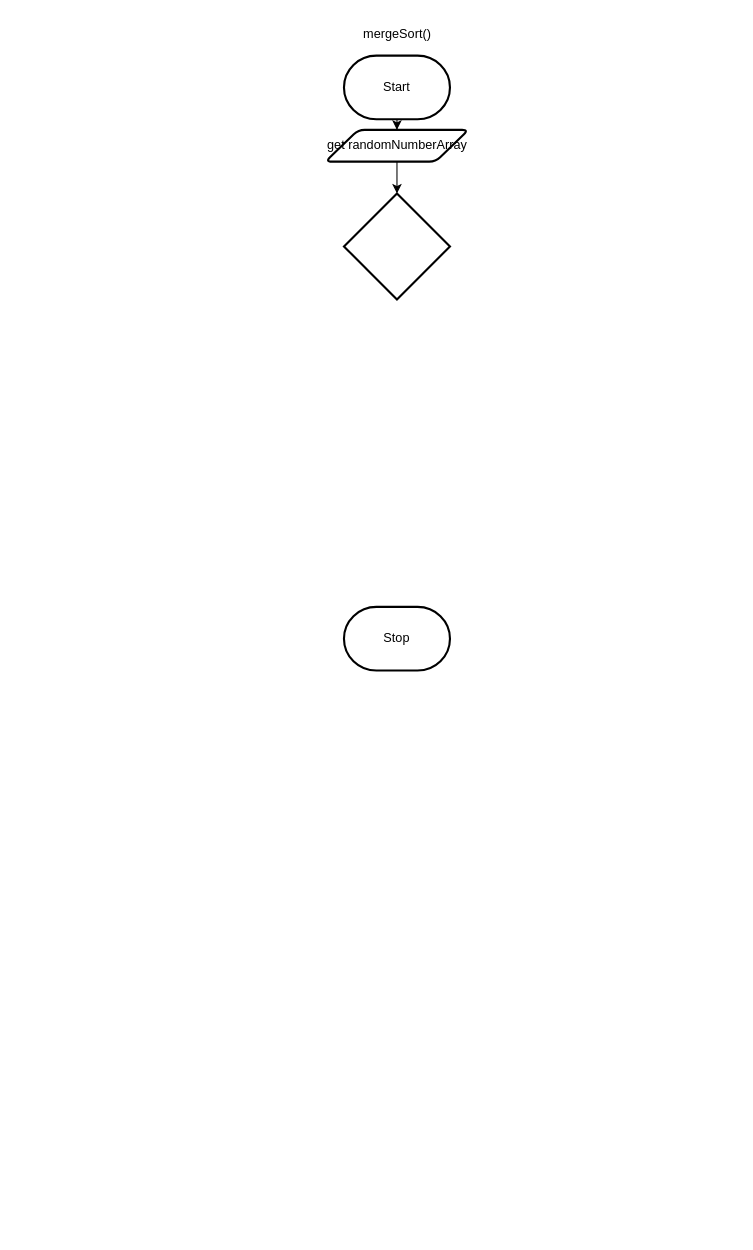
This is 3-6/design/flowchart.drawio from jakub-malhotra/ICS4U-Unit-3, a draw.io file, before an edit. Source tidied: cells renumbered, new cells numbered last; positions are measured from the earlier drawing's top-left corner, leaving out a move shared by most shapes. Both pictures are drawn from the tidied source at 106%, with x=0, y=0 at pixel (324, 18).
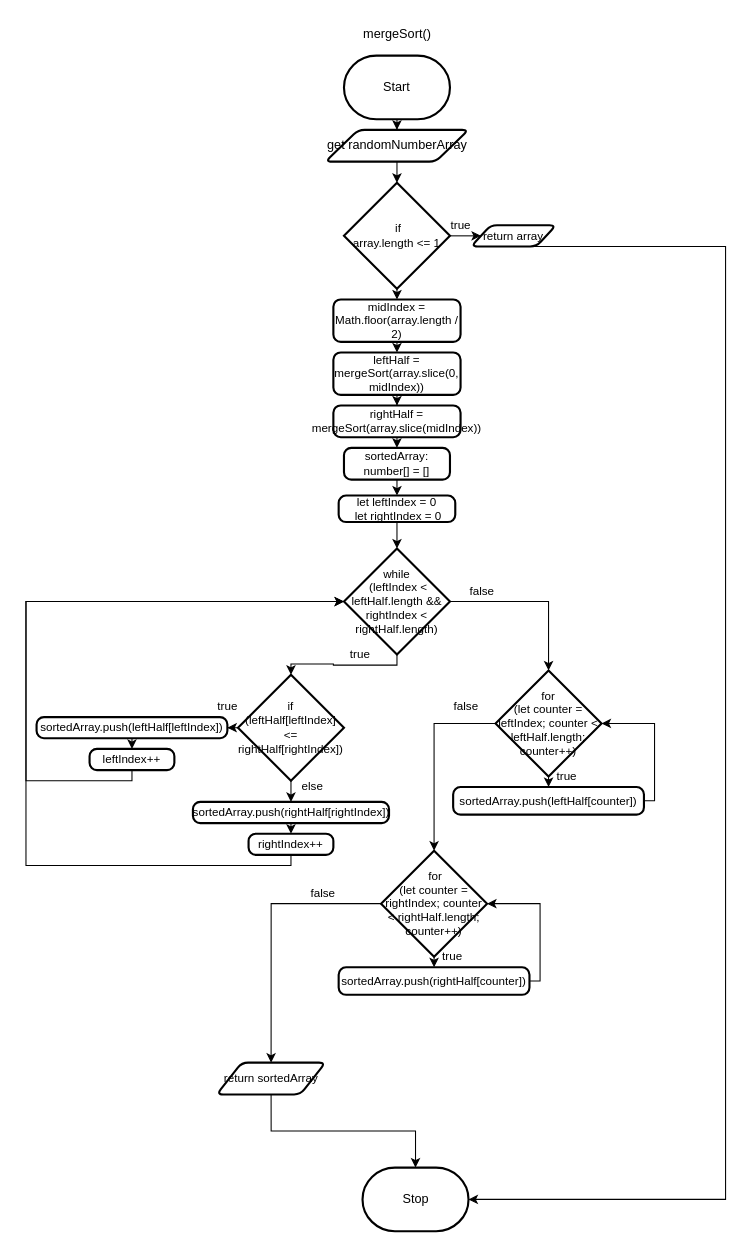
Above is the later version.

Diff of the diagram source:
```diff
@@
     <mxCell id="4" value="Stop" style="strokeWidth=2;html=1;shape=mxgraph.flowchart.terminator;whiteSpace=wrap;" parent="1" vertex="1">
-      <mxGeometry x="18" y="555" width="100" height="60" as="geometry" />
+      <mxGeometry x="35.5" y="1084" width="100" height="60" as="geometry" />
     </mxCell>
@@
+    <mxCell id="9" style="edgeStyle=orthogonalEdgeStyle;shape=connector;rounded=0;html=1;exitX=1;exitY=0.5;exitDx=0;exitDy=0;exitPerimeter=0;entryX=0;entryY=0.5;entryDx=0;entryDy=0;labelBackgroundColor=default;strokeColor=default;fontFamily=Helvetica;fontSize=11;fontColor=default;endArrow=classic;" parent="1" edge="1" source="8" target="12">
+      <mxGeometry relative="1" as="geometry" />
+    </mxCell>
+    <mxCell id="10" style="edgeStyle=orthogonalEdgeStyle;shape=connector;rounded=0;html=1;exitX=0.5;exitY=1;exitDx=0;exitDy=0;exitPerimeter=0;entryX=0.5;entryY=0;entryDx=0;entryDy=0;labelBackgroundColor=default;strokeColor=default;fontFamily=Helvetica;fontSize=11;fontColor=default;endArrow=classic;" parent="1" edge="1" source="8" target="15">
+      <mxGeometry relative="1" as="geometry" />
+    </mxCell>
-    <mxCell id="8" style="strokeWidth=2;html=1;shape=mxgraph.flowchart.decision;whiteSpace=wrap;fontFamily=Helvetica;fontSize=11;fontColor=default;" parent="1" vertex="1">
-      <mxGeometry x="18" y="165" width="100" height="100" as="geometry" />
+    <mxCell id="8" value="&amp;nbsp;if &lt;br&gt;array.length &amp;lt;= 1" style="strokeWidth=2;html=1;shape=mxgraph.flowchart.decision;whiteSpace=wrap;fontFamily=Helvetica;fontSize=11;fontColor=default;" parent="1" vertex="1">
+      <mxGeometry x="18" y="155" width="100" height="100" as="geometry" />
     </mxCell>
+    <mxCell id="11" style="edgeStyle=orthogonalEdgeStyle;shape=connector;rounded=0;html=1;exitX=0.5;exitY=1;exitDx=0;exitDy=0;entryX=1;entryY=0.5;entryDx=0;entryDy=0;entryPerimeter=0;labelBackgroundColor=default;strokeColor=default;fontFamily=Helvetica;fontSize=11;fontColor=default;endArrow=classic;" parent="1" edge="1" source="12" target="4">
+      <mxGeometry relative="1" as="geometry">
+        <Array as="points">
+          <mxPoint x="378" y="215" />
+          <mxPoint x="378" y="1114" />
+        </Array>
+      </mxGeometry>
+    </mxCell>
+    <mxCell id="12" value="return array" style="shape=parallelogram;html=1;strokeWidth=2;perimeter=parallelogramPerimeter;whiteSpace=wrap;rounded=1;arcSize=12;size=0.23;fontFamily=Helvetica;fontSize=11;fontColor=default;" parent="1" vertex="1">
+      <mxGeometry x="138" y="195" width="80" height="20" as="geometry" />
+    </mxCell>
+    <mxCell id="13" value="true" style="text;html=1;align=center;verticalAlign=middle;strokeColor=none;fillColor=none;fontSize=11;fontFamily=Helvetica;fontColor=default;" parent="1" vertex="1">
+      <mxGeometry x="108" y="180" width="40" height="30" as="geometry" />
+    </mxCell>
+    <mxCell id="14" style="edgeStyle=orthogonalEdgeStyle;shape=connector;rounded=0;html=1;exitX=0.5;exitY=1;exitDx=0;exitDy=0;entryX=0.5;entryY=0;entryDx=0;entryDy=0;labelBackgroundColor=default;strokeColor=default;fontFamily=Helvetica;fontSize=11;fontColor=default;endArrow=classic;" parent="1" edge="1" source="15" target="17">
+      <mxGeometry relative="1" as="geometry" />
+    </mxCell>
+    <mxCell id="15" value="midIndex = Math.floor(array.length / 2)" style="rounded=1;whiteSpace=wrap;html=1;absoluteArcSize=1;arcSize=14;strokeWidth=2;fontFamily=Helvetica;fontSize=11;fontColor=default;" parent="1" vertex="1">
+      <mxGeometry x="8" y="265" width="120" height="40" as="geometry" />
+    </mxCell>
+    <mxCell id="16" style="edgeStyle=orthogonalEdgeStyle;shape=connector;rounded=0;html=1;exitX=0.5;exitY=1;exitDx=0;exitDy=0;labelBackgroundColor=default;strokeColor=default;fontFamily=Helvetica;fontSize=11;fontColor=default;endArrow=classic;" parent="1" edge="1" source="17" target="19">
+      <mxGeometry relative="1" as="geometry" />
+    </mxCell>
+    <mxCell id="17" value="leftHalf = mergeSort(array.slice(0, midIndex))" style="rounded=1;whiteSpace=wrap;html=1;absoluteArcSize=1;arcSize=14;strokeWidth=2;fontFamily=Helvetica;fontSize=11;fontColor=default;" parent="1" vertex="1">
+      <mxGeometry x="8" y="315" width="120" height="40" as="geometry" />
+    </mxCell>
+    <mxCell id="18" style="edgeStyle=orthogonalEdgeStyle;shape=connector;rounded=0;html=1;exitX=0.5;exitY=1;exitDx=0;exitDy=0;entryX=0.5;entryY=0;entryDx=0;entryDy=0;labelBackgroundColor=default;strokeColor=default;fontFamily=Helvetica;fontSize=11;fontColor=default;endArrow=classic;" parent="1" edge="1" source="19" target="21">
+      <mxGeometry relative="1" as="geometry" />
+    </mxCell>
+    <mxCell id="19" value="rightHalf = mergeSort(array.slice(midIndex))" style="rounded=1;whiteSpace=wrap;html=1;absoluteArcSize=1;arcSize=14;strokeWidth=2;fontFamily=Helvetica;fontSize=11;fontColor=default;" parent="1" vertex="1">
+      <mxGeometry x="8" y="365" width="120" height="30" as="geometry" />
+    </mxCell>
+    <mxCell id="20" style="edgeStyle=orthogonalEdgeStyle;shape=connector;rounded=0;html=1;exitX=0.5;exitY=1;exitDx=0;exitDy=0;entryX=0.5;entryY=0;entryDx=0;entryDy=0;labelBackgroundColor=default;strokeColor=default;fontFamily=Helvetica;fontSize=11;fontColor=default;endArrow=classic;" parent="1" edge="1" source="21" target="23">
+      <mxGeometry relative="1" as="geometry" />
+    </mxCell>
+    <mxCell id="21" value="sortedArray: number[] = []" style="rounded=1;whiteSpace=wrap;html=1;absoluteArcSize=1;arcSize=14;strokeWidth=2;fontFamily=Helvetica;fontSize=11;fontColor=default;" parent="1" vertex="1">
+      <mxGeometry x="18" y="405" width="100" height="30" as="geometry" />
+    </mxCell>
+    <mxCell id="22" style="edgeStyle=orthogonalEdgeStyle;shape=connector;rounded=0;html=1;exitX=0.5;exitY=1;exitDx=0;exitDy=0;entryX=0.5;entryY=0;entryDx=0;entryDy=0;entryPerimeter=0;labelBackgroundColor=default;strokeColor=default;fontFamily=Helvetica;fontSize=11;fontColor=default;endArrow=classic;" parent="1" edge="1" source="23" target="26">
+      <mxGeometry relative="1" as="geometry" />
+    </mxCell>
+    <mxCell id="23" value="&lt;div&gt;let leftIndex = 0&lt;/div&gt;&lt;div&gt;&lt;span style=&quot;background-color: initial;&quot;&gt;&amp;nbsp;let rightIndex = 0&lt;/span&gt;&lt;/div&gt;&lt;div&gt;&lt;/div&gt;" style="rounded=1;whiteSpace=wrap;html=1;absoluteArcSize=1;arcSize=14;strokeWidth=2;fontFamily=Helvetica;fontSize=11;fontColor=default;" parent="1" vertex="1">
+      <mxGeometry x="13" y="450" width="110" height="25" as="geometry" />
+    </mxCell>
+    <mxCell id="24" style="edgeStyle=orthogonalEdgeStyle;shape=connector;rounded=0;html=1;exitX=0.5;exitY=1;exitDx=0;exitDy=0;exitPerimeter=0;entryX=0.5;entryY=0;entryDx=0;entryDy=0;entryPerimeter=0;labelBackgroundColor=default;strokeColor=default;fontFamily=Helvetica;fontSize=11;fontColor=default;endArrow=classic;" parent="1" edge="1" source="26" target="29">
+      <mxGeometry relative="1" as="geometry" />
+    </mxCell>
+    <mxCell id="25" style="edgeStyle=orthogonalEdgeStyle;shape=connector;rounded=0;html=1;exitX=1;exitY=0.5;exitDx=0;exitDy=0;exitPerimeter=0;entryX=0.5;entryY=0;entryDx=0;entryDy=0;entryPerimeter=0;labelBackgroundColor=default;strokeColor=default;fontFamily=Helvetica;fontSize=11;fontColor=default;endArrow=classic;" parent="1" edge="1" source="26" target="43">
+      <mxGeometry relative="1" as="geometry" />
+    </mxCell>
+    <mxCell id="26" value="while&lt;br&gt;&amp;nbsp;(leftIndex &amp;lt; leftHalf.length &amp;amp;&amp;amp; rightIndex &amp;lt; rightHalf.length)" style="strokeWidth=2;html=1;shape=mxgraph.flowchart.decision;whiteSpace=wrap;fontFamily=Helvetica;fontSize=11;fontColor=default;" parent="1" vertex="1">
+      <mxGeometry x="18" y="500" width="100" height="100" as="geometry" />
+    </mxCell>
+    <mxCell id="27" style="edgeStyle=orthogonalEdgeStyle;shape=connector;rounded=0;html=1;labelBackgroundColor=default;strokeColor=default;fontFamily=Helvetica;fontSize=11;fontColor=default;endArrow=classic;" parent="1" edge="1" source="29" target="32">
+      <mxGeometry relative="1" as="geometry" />
+    </mxCell>
+    <mxCell id="28" style="edgeStyle=orthogonalEdgeStyle;shape=connector;rounded=0;html=1;exitX=0.5;exitY=1;exitDx=0;exitDy=0;exitPerimeter=0;labelBackgroundColor=default;strokeColor=default;fontFamily=Helvetica;fontSize=11;fontColor=default;endArrow=classic;" parent="1" edge="1" source="29" target="37">
+      <mxGeometry relative="1" as="geometry" />
+    </mxCell>
+    <mxCell id="29" value="if &lt;br&gt;(leftHalf[leftIndex] &amp;lt;= rightHalf[rightIndex])" style="strokeWidth=2;html=1;shape=mxgraph.flowchart.decision;whiteSpace=wrap;fontFamily=Helvetica;fontSize=11;fontColor=default;" parent="1" vertex="1">
+      <mxGeometry x="-82" y="619" width="100" height="100" as="geometry" />
+    </mxCell>
+    <mxCell id="30" value="true" style="text;html=1;align=center;verticalAlign=middle;strokeColor=none;fillColor=none;fontSize=11;fontFamily=Helvetica;fontColor=default;" parent="1" vertex="1">
+      <mxGeometry x="13" y="585" width="40" height="30" as="geometry" />
+    </mxCell>
+    <mxCell id="31" style="edgeStyle=orthogonalEdgeStyle;shape=connector;rounded=0;html=1;exitX=0.5;exitY=1;exitDx=0;exitDy=0;entryX=0.5;entryY=0;entryDx=0;entryDy=0;labelBackgroundColor=default;strokeColor=default;fontFamily=Helvetica;fontSize=11;fontColor=default;endArrow=classic;" parent="1" edge="1" source="32" target="34">
+      <mxGeometry relative="1" as="geometry" />
+    </mxCell>
+    <mxCell id="32" value="sortedArray.push(leftHalf[leftIndex])" style="rounded=1;whiteSpace=wrap;html=1;absoluteArcSize=1;arcSize=14;strokeWidth=2;fontFamily=Helvetica;fontSize=11;fontColor=default;" parent="1" vertex="1">
+      <mxGeometry x="-272" y="659" width="180" height="20" as="geometry" />
+    </mxCell>
+    <mxCell id="33" style="edgeStyle=orthogonalEdgeStyle;shape=connector;rounded=0;html=1;exitX=0.5;exitY=1;exitDx=0;exitDy=0;entryX=0;entryY=0.5;entryDx=0;entryDy=0;entryPerimeter=0;labelBackgroundColor=default;strokeColor=default;fontFamily=Helvetica;fontSize=11;fontColor=default;endArrow=classic;" parent="1" edge="1" source="34" target="26">
+      <mxGeometry relative="1" as="geometry">
+        <Array as="points">
+          <mxPoint x="-182" y="719" />
+          <mxPoint x="-282" y="719" />
+          <mxPoint x="-282" y="550" />
+        </Array>
+      </mxGeometry>
+    </mxCell>
+    <mxCell id="34" value="leftIndex++" style="rounded=1;whiteSpace=wrap;html=1;absoluteArcSize=1;arcSize=14;strokeWidth=2;fontFamily=Helvetica;fontSize=11;fontColor=default;" parent="1" vertex="1">
+      <mxGeometry x="-222" y="689" width="80" height="20" as="geometry" />
+    </mxCell>
+    <mxCell id="35" value="true" style="text;html=1;align=center;verticalAlign=middle;strokeColor=none;fillColor=none;fontSize=11;fontFamily=Helvetica;fontColor=default;" parent="1" vertex="1">
+      <mxGeometry x="-112" y="634" width="40" height="30" as="geometry" />
+    </mxCell>
+    <mxCell id="36" style="edgeStyle=orthogonalEdgeStyle;shape=connector;rounded=0;html=1;exitX=0.5;exitY=1;exitDx=0;exitDy=0;entryX=0.5;entryY=0;entryDx=0;entryDy=0;labelBackgroundColor=default;strokeColor=default;fontFamily=Helvetica;fontSize=11;fontColor=default;endArrow=classic;" parent="1" edge="1" source="37" target="39">
+      <mxGeometry relative="1" as="geometry" />
+    </mxCell>
+    <mxCell id="37" value="sortedArray.push(rightHalf[rightIndex])" style="rounded=1;whiteSpace=wrap;html=1;absoluteArcSize=1;arcSize=14;strokeWidth=2;fontFamily=Helvetica;fontSize=11;fontColor=default;" parent="1" vertex="1">
+      <mxGeometry x="-124.5" y="739" width="185" height="20" as="geometry" />
+    </mxCell>
+    <mxCell id="38" style="edgeStyle=orthogonalEdgeStyle;shape=connector;rounded=0;html=1;exitX=0.5;exitY=1;exitDx=0;exitDy=0;entryX=0;entryY=0.5;entryDx=0;entryDy=0;entryPerimeter=0;labelBackgroundColor=default;strokeColor=default;fontFamily=Helvetica;fontSize=11;fontColor=default;endArrow=classic;" parent="1" edge="1" source="39" target="26">
+      <mxGeometry relative="1" as="geometry">
+        <Array as="points">
+          <mxPoint x="-32" y="799" />
+          <mxPoint x="-282" y="799" />
+          <mxPoint x="-282" y="550" />
+        </Array>
+      </mxGeometry>
+    </mxCell>
+    <mxCell id="39" value="rightIndex++" style="rounded=1;whiteSpace=wrap;html=1;absoluteArcSize=1;arcSize=14;strokeWidth=2;fontFamily=Helvetica;fontSize=11;fontColor=default;" parent="1" vertex="1">
+      <mxGeometry x="-72" y="769" width="80" height="20" as="geometry" />
+    </mxCell>
+    <mxCell id="40" value="else" style="text;html=1;align=center;verticalAlign=middle;strokeColor=none;fillColor=none;fontSize=11;fontFamily=Helvetica;fontColor=default;" parent="1" vertex="1">
+      <mxGeometry x="-32" y="709" width="40" height="30" as="geometry" />
+    </mxCell>
+    <mxCell id="41" style="edgeStyle=orthogonalEdgeStyle;shape=connector;rounded=0;html=1;exitX=0.5;exitY=1;exitDx=0;exitDy=0;exitPerimeter=0;entryX=0.5;entryY=0;entryDx=0;entryDy=0;labelBackgroundColor=default;strokeColor=default;fontFamily=Helvetica;fontSize=11;fontColor=default;endArrow=classic;" parent="1" edge="1" source="43" target="46">
+      <mxGeometry relative="1" as="geometry" />
+    </mxCell>
+    <mxCell id="42" style="edgeStyle=orthogonalEdgeStyle;shape=connector;rounded=0;html=1;exitX=0;exitY=0.5;exitDx=0;exitDy=0;exitPerimeter=0;entryX=0.5;entryY=0;entryDx=0;entryDy=0;entryPerimeter=0;labelBackgroundColor=default;strokeColor=default;fontFamily=Helvetica;fontSize=11;fontColor=default;endArrow=classic;" parent="1" edge="1" source="43" target="50">
+      <mxGeometry relative="1" as="geometry" />
+    </mxCell>
+    <mxCell id="43" value="for &lt;br&gt;(let counter = leftIndex; counter &amp;lt; leftHalf.length; counter++)" style="strokeWidth=2;html=1;shape=mxgraph.flowchart.decision;whiteSpace=wrap;fontFamily=Helvetica;fontSize=11;fontColor=default;" parent="1" vertex="1">
+      <mxGeometry x="161" y="615" width="100" height="100" as="geometry" />
+    </mxCell>
+    <mxCell id="44" value="false" style="text;html=1;align=center;verticalAlign=middle;strokeColor=none;fillColor=none;fontSize=11;fontFamily=Helvetica;fontColor=default;" parent="1" vertex="1">
+      <mxGeometry x="123" y="525" width="50" height="30" as="geometry" />
+    </mxCell>
+    <mxCell id="45" style="edgeStyle=orthogonalEdgeStyle;shape=connector;rounded=0;html=1;exitX=1;exitY=0.5;exitDx=0;exitDy=0;entryX=1;entryY=0.5;entryDx=0;entryDy=0;entryPerimeter=0;labelBackgroundColor=default;strokeColor=default;fontFamily=Helvetica;fontSize=11;fontColor=default;endArrow=classic;" parent="1" edge="1" source="46" target="43">
+      <mxGeometry relative="1" as="geometry" />
+    </mxCell>
+    <mxCell id="46" value="sortedArray.push(leftHalf[counter])" style="rounded=1;whiteSpace=wrap;html=1;absoluteArcSize=1;arcSize=14;strokeWidth=2;fontFamily=Helvetica;fontSize=11;fontColor=default;" parent="1" vertex="1">
+      <mxGeometry x="121" y="725" width="180" height="26" as="geometry" />
+    </mxCell>
+    <mxCell id="47" value="true" style="text;html=1;align=center;verticalAlign=middle;strokeColor=none;fillColor=none;fontSize=11;fontFamily=Helvetica;fontColor=default;" parent="1" vertex="1">
+      <mxGeometry x="208" y="700" width="40" height="30" as="geometry" />
+    </mxCell>
+    <mxCell id="48" style="edgeStyle=orthogonalEdgeStyle;shape=connector;rounded=0;html=1;exitX=0.5;exitY=1;exitDx=0;exitDy=0;exitPerimeter=0;entryX=0.5;entryY=0;entryDx=0;entryDy=0;labelBackgroundColor=default;strokeColor=default;fontFamily=Helvetica;fontSize=11;fontColor=default;endArrow=classic;" parent="1" edge="1" source="50" target="52">
+      <mxGeometry relative="1" as="geometry" />
+    </mxCell>
+    <mxCell id="49" style="edgeStyle=orthogonalEdgeStyle;shape=connector;rounded=0;html=1;exitX=0;exitY=0.5;exitDx=0;exitDy=0;exitPerimeter=0;entryX=0.5;entryY=0;entryDx=0;entryDy=0;labelBackgroundColor=default;strokeColor=default;fontFamily=Helvetica;fontSize=11;fontColor=default;endArrow=classic;" parent="1" edge="1" source="50" target="56">
+      <mxGeometry relative="1" as="geometry" />
+    </mxCell>
+    <mxCell id="50" value="&amp;nbsp;for &lt;br&gt;(let counter = rightIndex; counter &amp;lt; rightHalf.length; counter++)" style="strokeWidth=2;html=1;shape=mxgraph.flowchart.decision;whiteSpace=wrap;fontFamily=Helvetica;fontSize=11;fontColor=default;" parent="1" vertex="1">
+      <mxGeometry x="53" y="785" width="100" height="100" as="geometry" />
+    </mxCell>
+    <mxCell id="51" style="edgeStyle=orthogonalEdgeStyle;shape=connector;rounded=0;html=1;exitX=1;exitY=0.5;exitDx=0;exitDy=0;entryX=1;entryY=0.5;entryDx=0;entryDy=0;entryPerimeter=0;labelBackgroundColor=default;strokeColor=default;fontFamily=Helvetica;fontSize=11;fontColor=default;endArrow=classic;" parent="1" edge="1" source="52" target="50">
+      <mxGeometry relative="1" as="geometry" />
+    </mxCell>
+    <mxCell id="52" value="sortedArray.push(rightHalf[counter])" style="rounded=1;whiteSpace=wrap;html=1;absoluteArcSize=1;arcSize=14;strokeWidth=2;fontFamily=Helvetica;fontSize=11;fontColor=default;" parent="1" vertex="1">
+      <mxGeometry x="13" y="895" width="180" height="26" as="geometry" />
+    </mxCell>
+    <mxCell id="53" value="true" style="text;html=1;align=center;verticalAlign=middle;strokeColor=none;fillColor=none;fontSize=11;fontFamily=Helvetica;fontColor=default;" parent="1" vertex="1">
+      <mxGeometry x="100" y="870" width="40" height="30" as="geometry" />
+    </mxCell>
+    <mxCell id="54" value="false" style="text;html=1;align=center;verticalAlign=middle;strokeColor=none;fillColor=none;fontSize=11;fontFamily=Helvetica;fontColor=default;" parent="1" vertex="1">
+      <mxGeometry x="108" y="634" width="50" height="30" as="geometry" />
+    </mxCell>
+    <mxCell id="55" style="edgeStyle=orthogonalEdgeStyle;shape=connector;rounded=0;html=1;exitX=0.5;exitY=1;exitDx=0;exitDy=0;entryX=0.5;entryY=0;entryDx=0;entryDy=0;entryPerimeter=0;labelBackgroundColor=default;strokeColor=default;fontFamily=Helvetica;fontSize=11;fontColor=default;endArrow=classic;" parent="1" edge="1" source="56" target="4">
+      <mxGeometry relative="1" as="geometry" />
+    </mxCell>
+    <mxCell id="56" value="return sortedArray" style="shape=parallelogram;html=1;strokeWidth=2;perimeter=parallelogramPerimeter;whiteSpace=wrap;rounded=1;arcSize=12;size=0.23;fontFamily=Helvetica;fontSize=11;fontColor=default;" parent="1" vertex="1">
+      <mxGeometry x="-102" y="985" width="102.5" height="30" as="geometry" />
+    </mxCell>
+    <mxCell id="57" value="false" style="text;html=1;align=center;verticalAlign=middle;strokeColor=none;fillColor=none;fontSize=11;fontFamily=Helvetica;fontColor=default;" parent="1" vertex="1">
+      <mxGeometry x="-27" y="810" width="50" height="30" as="geometry" />
+    </mxCell>
```
